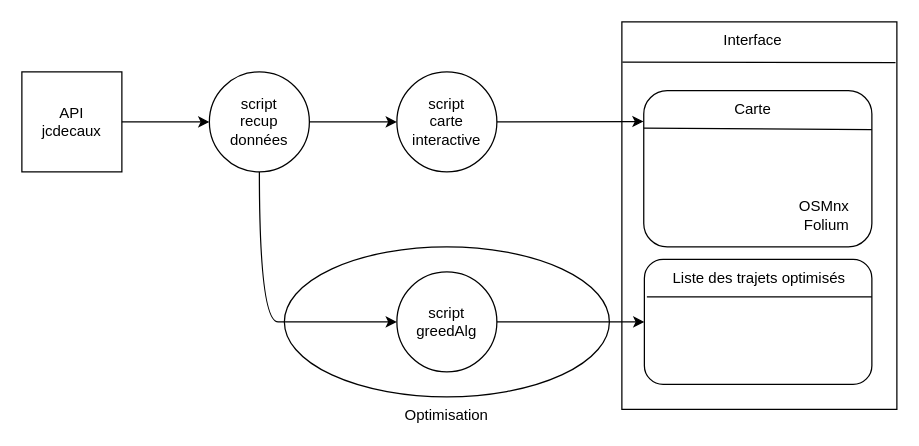
The draw.io diagram diagramme.drawio in llorin-capi/SIMPLON_Brief8, before the edit. Source tidied: cells renumbered, new cells numbered last; positions are measured from the earlier drawing's top-left corner, leaving out a move shared by most shapes. Both pictures are drawn from the tidied source at 125%, with x=0, y=0 at pixel (21, 21).
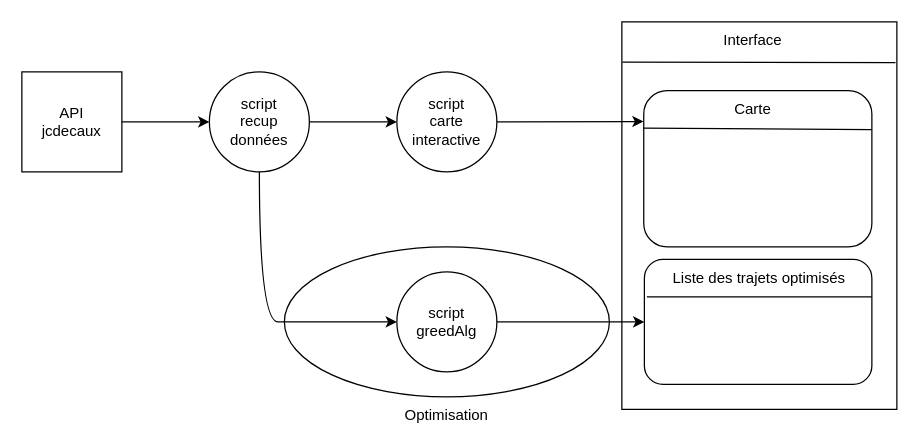
Above is the later version.

Commit message (it also covers changes not shown here):
Mettre à jour diagramme.drawio

The edit, as a diff of the source:
```diff
@@
-    <mxCell id="8" value="OSMnx&lt;br&gt;Folium" style="text;html=1;align=right;verticalAlign=middle;whiteSpace=wrap;rounded=0;" parent="1" vertex="1">
-      <mxGeometry x="604" y="140" width="60" height="30" as="geometry" />
-    </mxCell>
```
